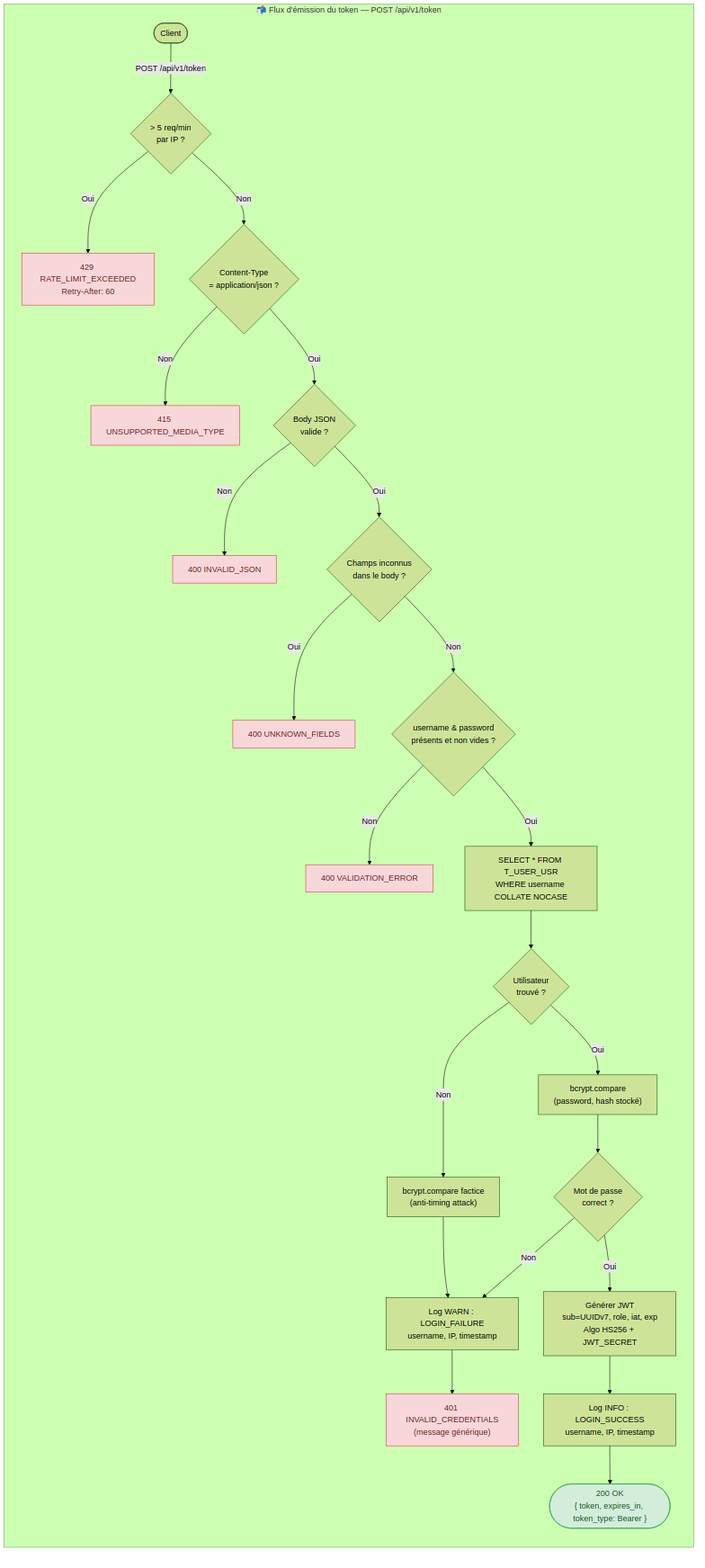
This is docs/specs/diagrams/US-003-authentication-token.png from ODehel/quiz-live-server, a Mermaid export, as it was before one commit. Its source is kept beside it as docs/specs/diagrams/US-003-authentication-token.mmd. Source of this version:
```mermaid
%%{init: {"theme": "forest", "flowchart": {"curve": "basis"}}}%%
flowchart TD
    subgraph TOKEN["📬 Flux d'émission du token — POST /api/v1/token"]
        direction TB
        REQ(["Client"]) -->|"POST /api/v1/token"| RL
        RL{"> 5 req/min\npar IP ?"}
        RL -->|"Oui"| E429["429 RATE_LIMIT_EXCEEDED\nRetry-After: 60"]
        RL -->|"Non"| CT{"Content-Type\n= application/json ?"}
        CT -->|"Non"| E415["415 FST_ERR_CTP_INVALID_MEDIA_TYPE"]
        CT -->|"Oui"| J{"Body JSON\nvalide ?"}
        J -->|"Non"| E400a["400 INVALID_JSON"]
        J -->|"Oui"| UF{"Champs inconnus\ndans le body ?"}
        UF -->|"Oui"| E400b["400 UNKNOWN_FIELDS"]
        UF -->|"Non"| FIELDS{"username & password\nprésents et non vides ?"}
        FIELDS -->|"Non"| E400c["400 VALIDATION_ERROR"]
        FIELDS -->|"Oui"| DB["SELECT * FROM T_USER_USR\nWHERE username COLLATE NOCASE"]
        DB --> UEXIST{"Utilisateur\ntrouvé ?"}
        UEXIST -->|"Non"| FAKE["bcrypt.compare factice\n(anti-timing attack)"]
        FAKE --> LOGFAIL["Log WARN : LOGIN_FAILURE\nusername, IP, timestamp"]
        LOGFAIL --> E401["401 INVALID_CREDENTIALS\n(message générique)"]
        UEXIST -->|"Oui"| BC["bcrypt.compare\n(password, hash stocké)"]
        BC --> MATCH{"Mot de passe\ncorrect ?"}
        MATCH -->|"Non"| LOGFAIL
        MATCH -->|"Oui"| GEN["Générer JWT\nsub=UUIDv7, role, iat, exp\nAlgo HS256 + JWT_SECRET"]
        GEN --> LOGOK["Log INFO : LOGIN_SUCCESS\nusername, IP, timestamp"]
        LOGOK --> OK(["200 OK\n{ token, expires_in, token_type: Bearer }"])
    end

    classDef error fill:#f8d7da,stroke:#dc3545,color:#721c24
    classDef success fill:#d4edda,stroke:#28a745,color:#155724
    class E429,E415,E400a,E400b,E400c,E401 error
    class OK success
```
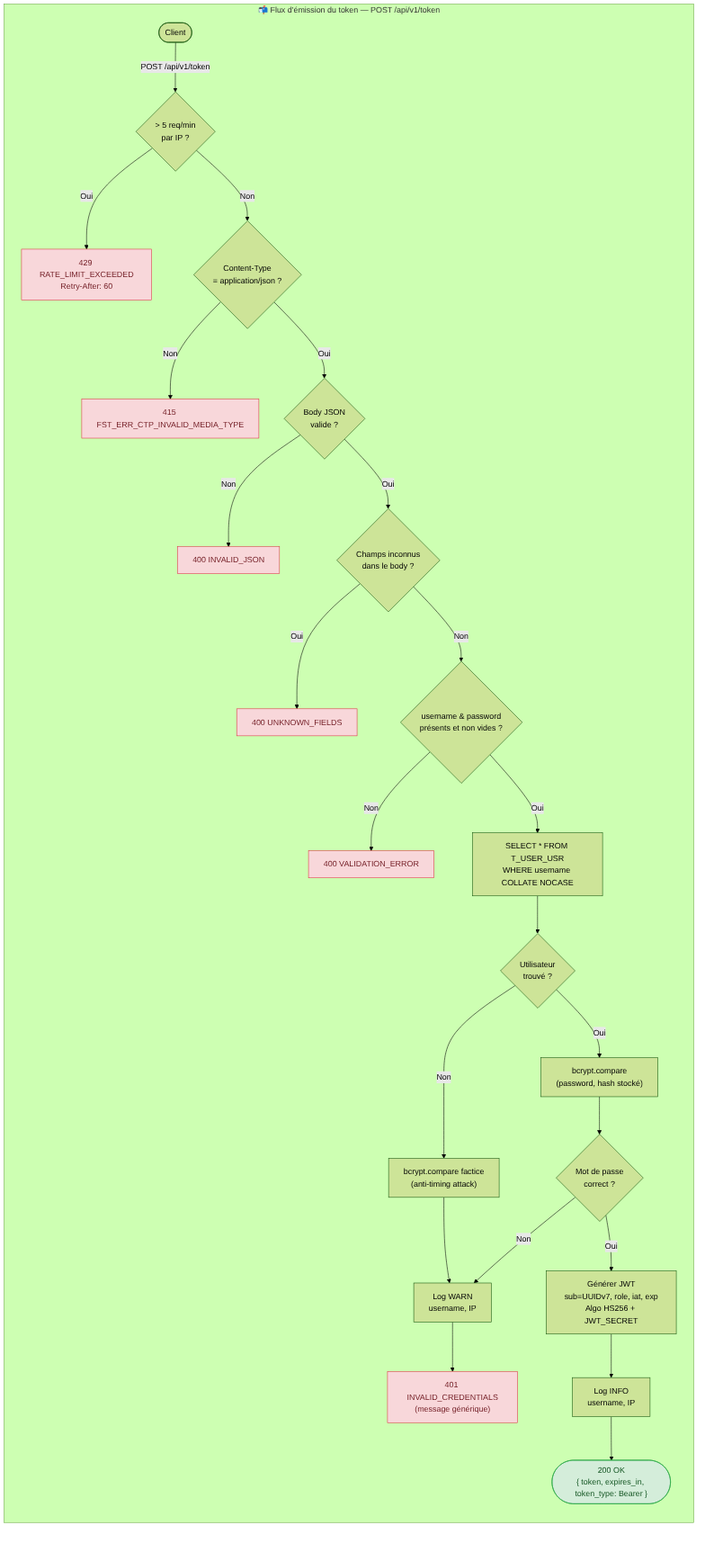
Above is the later version.

Commit message:
docs(specs): require only the content of the login logs of US-003, not their format (#186)

Diff of the diagram source:
```diff
@@ -16,13 +16,13 @@
         FIELDS -->|"Oui"| DB["SELECT * FROM T_USER_USR\nWHERE username COLLATE NOCASE"]
         DB --> UEXIST{"Utilisateur\ntrouvé ?"}
         UEXIST -->|"Non"| FAKE["bcrypt.compare factice\n(anti-timing attack)"]
-        FAKE --> LOGFAIL["Log WARN : LOGIN_FAILURE\nusername, IP, timestamp"]
+        FAKE --> LOGFAIL["Log WARN\nusername, IP"]
         LOGFAIL --> E401["401 INVALID_CREDENTIALS\n(message générique)"]
         UEXIST -->|"Oui"| BC["bcrypt.compare\n(password, hash stocké)"]
         BC --> MATCH{"Mot de passe\ncorrect ?"}
         MATCH -->|"Non"| LOGFAIL
         MATCH -->|"Oui"| GEN["Générer JWT\nsub=UUIDv7, role, iat, exp\nAlgo HS256 + JWT_SECRET"]
-        GEN --> LOGOK["Log INFO : LOGIN_SUCCESS\nusername, IP, timestamp"]
+        GEN --> LOGOK["Log INFO\nusername, IP"]
         LOGOK --> OK(["200 OK\n{ token, expires_in, token_type: Bearer }"])
     end
 
```
